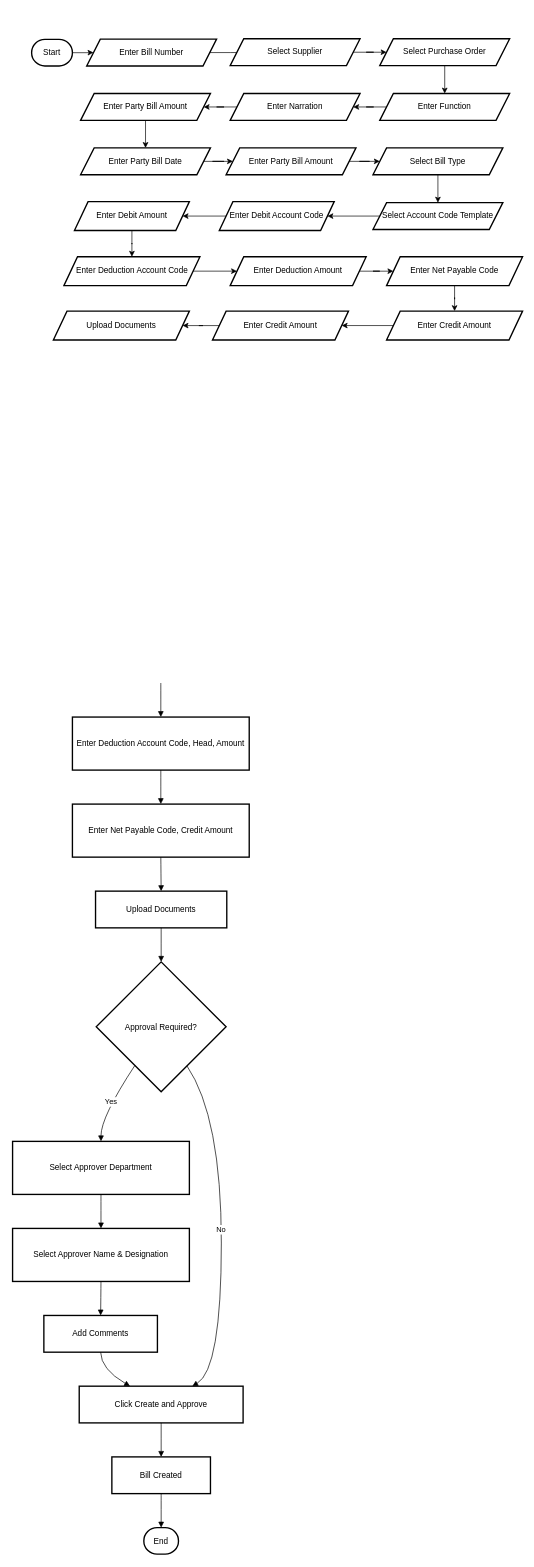
Above: Untitled Diagram.drawio in umesh-sspl/Documents (draw.io), before the change. Source tidied: cells renumbered, new cells numbered last; positions are measured from the earlier drawing's top-left corner, leaving out a move shared by most shapes. Both pictures are drawn from the tidied source at 68%, with x=0, y=0 at pixel (12, 39).
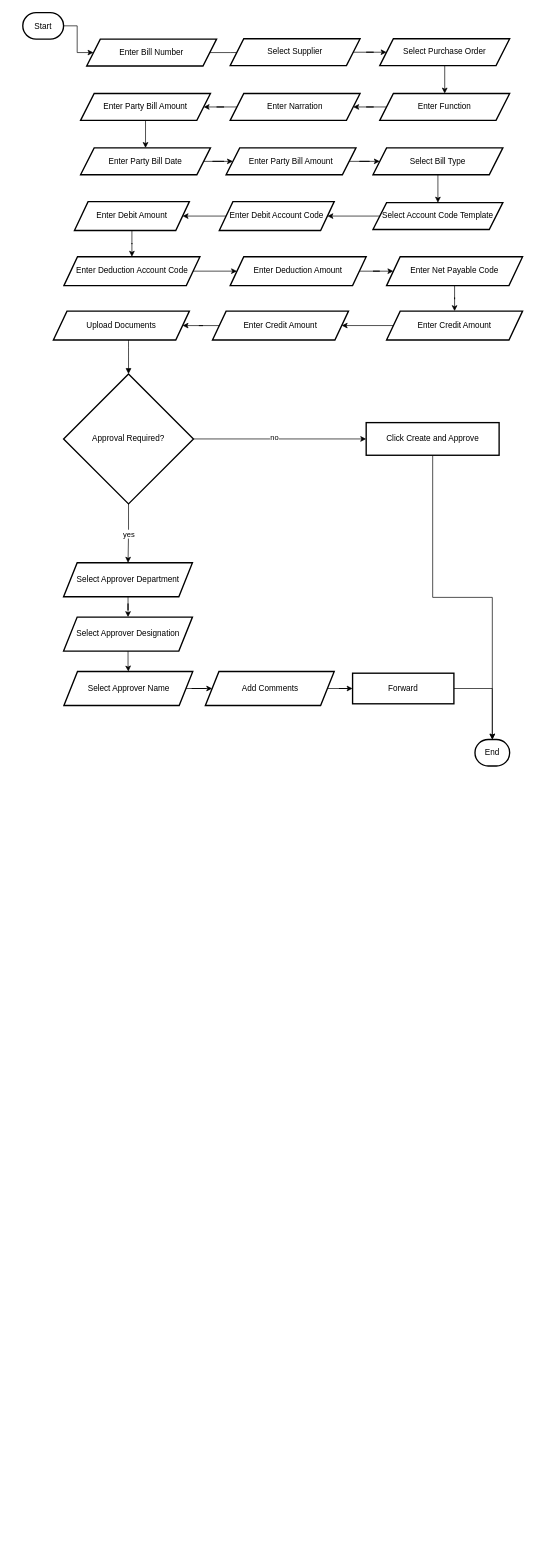
The same diagram, later.

Diff of the diagram source:
```diff
@@
     <mxCell id="3" value="Start" style="rounded=1;whiteSpace=wrap;arcSize=50;strokeWidth=2;" parent="1" vertex="1">
-      <mxGeometry x="28" y="0.5" width="60" height="39" as="geometry" />
+      <mxGeometry x="15" y="-39" width="60" height="39" as="geometry" />
     </mxCell>
-    <mxCell id="4" value="Enter Deduction Account Code, Head, Amount" style="whiteSpace=wrap;strokeWidth=2;" parent="1" vertex="1">
-      <mxGeometry x="88" y="997" width="260" height="78" as="geometry" />
-    </mxCell>
-    <mxCell id="5" value="Enter Net Payable Code, Credit Amount" style="whiteSpace=wrap;strokeWidth=2;" parent="1" vertex="1">
-      <mxGeometry x="88" y="1125" width="260" height="78" as="geometry" />
-    </mxCell>
-    <mxCell id="6" value="Upload Documents" style="whiteSpace=wrap;strokeWidth=2;" parent="1" vertex="1">
-      <mxGeometry x="122" y="1253" width="193" height="54" as="geometry" />
-    </mxCell>
+    <mxCell id="18" style="edgeStyle=orthogonalEdgeStyle;rounded=0;jettySize=auto;html=1;" parent="1" edge="1" source="7" target="8">
+      <mxGeometry relative="1" as="geometry" />
+    </mxCell>
+    <mxCell id="60" value="yes" style="edgeLabel;html=1;align=center;verticalAlign=middle;" parent="18" vertex="1">
+      <mxGeometry x="0.03" y="1" relative="1" as="geometry" />
+    </mxCell>
+    <mxCell id="22" style="edgeStyle=orthogonalEdgeStyle;rounded=0;jettySize=auto;html=1;" parent="1" edge="1" source="7" target="11">
+      <mxGeometry relative="1" as="geometry" />
+    </mxCell>
+    <mxCell id="61" value="no" style="edgeLabel;html=1;align=center;verticalAlign=middle;" parent="22" vertex="1">
+      <mxGeometry x="-0.07" y="3" relative="1" as="geometry" />
+    </mxCell>
     <mxCell id="7" value="Approval Required?" style="rhombus;strokeWidth=2;whiteSpace=wrap;" parent="1" vertex="1">
-      <mxGeometry x="123" y="1357" width="191" height="191" as="geometry" />
+      <mxGeometry x="75" y="492.5" width="191" height="191" as="geometry" />
     </mxCell>
-    <mxCell id="8" value="Select Approver Department" style="whiteSpace=wrap;strokeWidth=2;" parent="1" vertex="1">
-      <mxGeometry y="1621" width="260" height="78" as="geometry" />
-    </mxCell>
-    <mxCell id="9" value="Select Approver Name &amp; Designation" style="whiteSpace=wrap;strokeWidth=2;" parent="1" vertex="1">
-      <mxGeometry y="1749" width="260" height="78" as="geometry" />
-    </mxCell>
-    <mxCell id="10" value="Add Comments" style="whiteSpace=wrap;strokeWidth=2;" parent="1" vertex="1">
-      <mxGeometry x="46" y="1877" width="167" height="54" as="geometry" />
-    </mxCell>
-    <mxCell id="11" value="Click Create and Approve" style="whiteSpace=wrap;strokeWidth=2;" parent="1" vertex="1">
-      <mxGeometry x="98" y="1981" width="241" height="54" as="geometry" />
-    </mxCell>
-    <mxCell id="12" value="Bill Created" style="whiteSpace=wrap;strokeWidth=2;" parent="1" vertex="1">
-      <mxGeometry x="146" y="2085" width="145" height="54" as="geometry" />
-    </mxCell>
-    <mxCell id="13" value="End" style="rounded=1;whiteSpace=wrap;arcSize=50;strokeWidth=2;" parent="1" vertex="1">
-      <mxGeometry x="193" y="2189" width="51" height="39" as="geometry" />
-    </mxCell>
-    <mxCell id="14" style="curved=1;startArrow=none;endArrow=block;exitX=0.5;exitY=1;entryX=0.5;entryY=0;rounded=0;" parent="1" edge="1" target="4">
-      <mxGeometry relative="1" as="geometry">
-        <mxPoint x="218" y="947" as="sourcePoint" />
-      </mxGeometry>
-    </mxCell>
-    <mxCell id="15" style="curved=1;startArrow=none;endArrow=block;exitX=0.5;exitY=1;entryX=0.5;entryY=0;rounded=0;" parent="1" edge="1" source="4" target="5">
-      <mxGeometry relative="1" as="geometry" />
-    </mxCell>
-    <mxCell id="16" style="curved=1;startArrow=none;endArrow=block;exitX=0.5;exitY=1;entryX=0.5;entryY=0;rounded=0;" parent="1" edge="1" source="5" target="6">
-      <mxGeometry relative="1" as="geometry" />
-    </mxCell>
-    <mxCell id="17" style="curved=1;startArrow=none;endArrow=block;exitX=0.5;exitY=1;entryX=0.5;entryY=0;rounded=0;" parent="1" edge="1" source="6" target="7">
-      <mxGeometry relative="1" as="geometry" />
+    <mxCell id="17" style="curved=1;startArrow=none;endArrow=block;exitX=0.5;exitY=1;entryX=0.5;entryY=0;rounded=0;" parent="1" edge="1" target="7">
+      <mxGeometry relative="1" as="geometry">
+        <mxPoint x="170.5" y="442.5" as="sourcePoint" />
+      </mxGeometry>
     </mxCell>
-    <mxCell id="18" value="Yes" style="curved=1;startArrow=none;endArrow=block;exitX=0.16;exitY=1;entryX=0.5;entryY=0;rounded=0;" parent="1" edge="1" source="7" target="8">
-      <mxGeometry relative="1" as="geometry">
-        <Array as="points">
-          <mxPoint x="130" y="1585" />
-        </Array>
-      </mxGeometry>
-    </mxCell>
-    <mxCell id="19" style="curved=1;startArrow=none;endArrow=block;exitX=0.5;exitY=1;entryX=0.5;entryY=0;rounded=0;" parent="1" edge="1" source="8" target="9">
-      <mxGeometry relative="1" as="geometry" />
-    </mxCell>
-    <mxCell id="20" style="curved=1;startArrow=none;endArrow=block;exitX=0.5;exitY=1;entryX=0.5;entryY=0;rounded=0;" parent="1" edge="1" source="9" target="10">
-      <mxGeometry relative="1" as="geometry" />
-    </mxCell>
-    <mxCell id="21" style="curved=1;startArrow=none;endArrow=block;exitX=0.5;exitY=1;entryX=0.31;entryY=0;rounded=0;" parent="1" edge="1" source="10" target="11">
-      <mxGeometry relative="1" as="geometry">
-        <Array as="points">
-          <mxPoint x="130" y="1956" />
-        </Array>
-      </mxGeometry>
-    </mxCell>
-    <mxCell id="22" value="No" style="curved=1;startArrow=none;endArrow=block;exitX=0.83;exitY=1;entryX=0.69;entryY=0;rounded=0;" parent="1" edge="1" source="7" target="11">
-      <mxGeometry relative="1" as="geometry">
-        <Array as="points">
-          <mxPoint x="307" y="1585" />
-          <mxPoint x="307" y="1956" />
-        </Array>
-      </mxGeometry>
-    </mxCell>
-    <mxCell id="23" style="curved=1;startArrow=none;endArrow=block;exitX=0.5;exitY=1;entryX=0.5;entryY=0;rounded=0;" parent="1" edge="1" source="11" target="12">
-      <mxGeometry relative="1" as="geometry" />
-    </mxCell>
-    <mxCell id="24" style="curved=1;startArrow=none;endArrow=block;exitX=0.5;exitY=1;entryX=0.5;entryY=0.01;rounded=0;" parent="1" edge="1" source="12" target="13">
-      <mxGeometry relative="1" as="geometry" />
-    </mxCell>
@@
+    <mxCell id="62" style="edgeStyle=orthogonalEdgeStyle;rounded=0;jettySize=auto;html=1;" parent="1" edge="1" source="8" target="65">
+      <mxGeometry relative="1" as="geometry" />
+    </mxCell>
+    <mxCell id="8" value="Select Approver Department" style="shape=parallelogram;perimeter=parallelogramPerimeter;whiteSpace=wrap;html=1;fixedSize=1;strokeWidth=2;" parent="1" vertex="1">
+      <mxGeometry x="75" y="770" width="189.5" height="50" as="geometry" />
+    </mxCell>
+    <mxCell id="63" style="edgeStyle=orthogonalEdgeStyle;rounded=0;jettySize=auto;html=1;" parent="1" edge="1" source="10" target="69">
+      <mxGeometry relative="1" as="geometry" />
+    </mxCell>
+    <mxCell id="10" value="Add Comments" style="shape=parallelogram;perimeter=parallelogramPerimeter;whiteSpace=wrap;html=1;fixedSize=1;strokeWidth=2;" parent="1" vertex="1">
+      <mxGeometry x="283.5" y="930" width="189.5" height="50" as="geometry" />
+    </mxCell>
+    <mxCell id="64" style="edgeStyle=orthogonalEdgeStyle;rounded=0;jettySize=auto;html=1;" parent="1" edge="1" source="65" target="67">
+      <mxGeometry relative="1" as="geometry" />
+    </mxCell>
+    <mxCell id="65" value="Select Approver Designation" style="shape=parallelogram;perimeter=parallelogramPerimeter;whiteSpace=wrap;html=1;fixedSize=1;strokeWidth=2;" parent="1" vertex="1">
+      <mxGeometry x="75" y="850" width="189.5" height="50" as="geometry" />
+    </mxCell>
+    <mxCell id="66" style="edgeStyle=orthogonalEdgeStyle;rounded=0;jettySize=auto;html=1;" parent="1" edge="1" source="67" target="10">
+      <mxGeometry relative="1" as="geometry" />
+    </mxCell>
+    <mxCell id="67" value="Select Approver Name" style="shape=parallelogram;perimeter=parallelogramPerimeter;whiteSpace=wrap;html=1;fixedSize=1;strokeWidth=2;" parent="1" vertex="1">
+      <mxGeometry x="75.5" y="930" width="189.5" height="50" as="geometry" />
+    </mxCell>
+    <mxCell id="68" style="edgeStyle=orthogonalEdgeStyle;rounded=0;jettySize=auto;html=1;entryX=0.5;entryY=0;entryDx=0;entryDy=0;" parent="1" edge="1" source="69" target="13">
+      <mxGeometry relative="1" as="geometry" />
+    </mxCell>
+    <mxCell id="69" value="Forward" style="whiteSpace=wrap;html=1;strokeWidth=2;" parent="1" vertex="1">
+      <mxGeometry x="500" y="932.5" width="149" height="45" as="geometry" />
+    </mxCell>
+    <mxCell id="70" style="edgeStyle=orthogonalEdgeStyle;rounded=0;jettySize=auto;html=1;entryX=0.5;entryY=0;entryDx=0;entryDy=0;" parent="1" edge="1" source="11" target="13">
+      <mxGeometry relative="1" as="geometry" />
+    </mxCell>
+    <mxCell id="11" value="Click Create and Approve" style="whiteSpace=wrap;html=1;strokeWidth=2;" parent="1" vertex="1">
+      <mxGeometry x="520" y="564" width="195.5" height="48" as="geometry" />
+    </mxCell>
+    <mxCell id="13" value="End" style="rounded=1;whiteSpace=wrap;arcSize=50;strokeWidth=2;" parent="1" vertex="1">
+      <mxGeometry x="680" y="1030" width="51" height="39" as="geometry" />
+    </mxCell>
```
